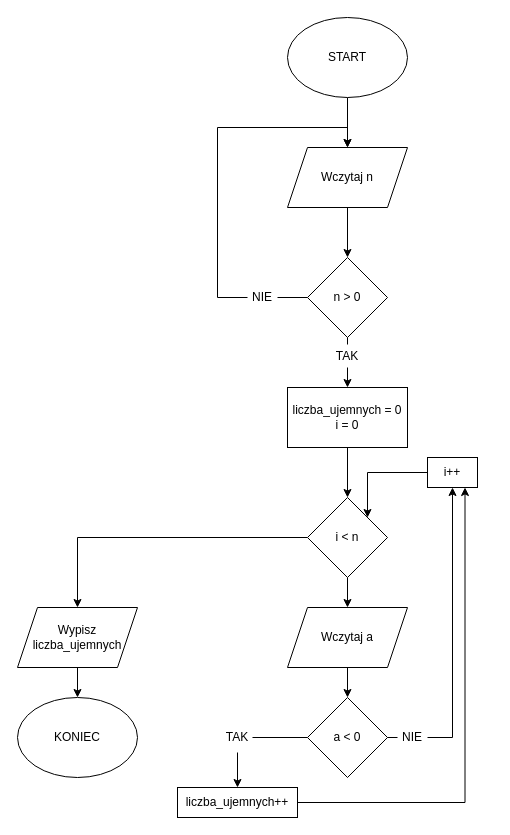
This is page "2" (2 of 5) of aisd/lab1.drawio.xml from xparadoxical/wsiz, a draw.io file, before an edit. Source tidied: cells renumbered, new cells numbered last; positions are measured from the earlier drawing's top-left corner, leaving out a move shared by most shapes. Both pictures are drawn from the tidied source at 100%, with x=0, y=0 at pixel (17, 17).
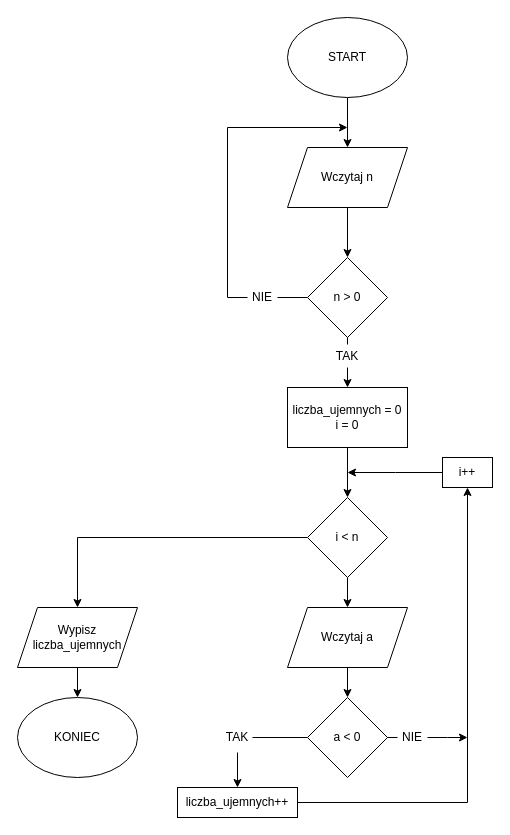
After the change.

The change refers to these unchanged cells:
```xml
<mxCell id="8" value="Wczytaj n" style="shape=parallelogram;perimeter=parallelogramPerimeter;whiteSpace=wrap;html=1;fixedSize=1;" parent="1" vertex="1">
  <mxGeometry x="270" y="130" width="120" height="60" as="geometry" />
</mxCell>
<mxCell id="10" value="NIE" style="text;html=1;strokeColor=none;fillColor=none;align=center;verticalAlign=middle;whiteSpace=wrap;rounded=0;" parent="1" vertex="1">
  <mxGeometry x="230" y="265" width="30" height="30" as="geometry" />
</mxCell>
<mxCell id="15" value="i &amp;lt; n" style="rhombus;whiteSpace=wrap;html=1;" parent="1" vertex="1">
  <mxGeometry x="290" y="480" width="80" height="80" as="geometry" />
</mxCell>
<mxCell id="26" value="liczba_ujemnych++" style="rounded=0;whiteSpace=wrap;html=1;" parent="1" vertex="1">
  <mxGeometry x="160" y="770" width="120" height="30" as="geometry" />
</mxCell>
<mxCell id="30" value="NIE" style="text;html=1;strokeColor=none;fillColor=none;align=center;verticalAlign=middle;whiteSpace=wrap;rounded=0;" parent="1" vertex="1">
  <mxGeometry x="380" y="705" width="30" height="30" as="geometry" />
</mxCell>
```

What changed in the source:
```diff
@@
-    <mxCell id="4" style="edgeStyle=orthogonalEdgeStyle;rounded=0;jettySize=auto;html=1;exitX=0;exitY=0.5;exitDx=0;exitDy=0;entryX=0.5;entryY=0;entryDx=0;entryDy=0;startArrow=none;" parent="1" edge="1" source="10" target="8">
+    <mxCell id="4" style="edgeStyle=orthogonalEdgeStyle;rounded=0;jettySize=auto;html=1;exitX=0;exitY=0.5;exitDx=0;exitDy=0;startArrow=none;" parent="1" edge="1" source="10">
       <mxGeometry relative="1" as="geometry">
+        <mxPoint x="330" y="110" as="targetPoint" />
         <Array as="points">
-          <mxPoint x="200" y="280" />
-          <mxPoint x="200" y="110" />
-          <mxPoint x="330" y="110" />
+          <mxPoint x="210" y="280" />
+          <mxPoint x="210" y="110" />
         </Array>
       </mxGeometry>
     </mxCell>
@@
-    <mxCell id="16" style="edgeStyle=orthogonalEdgeStyle;rounded=0;jettySize=auto;html=1;exitX=0;exitY=0.5;exitDx=0;exitDy=0;entryX=1;entryY=0;entryDx=0;entryDy=0;" parent="1" edge="1" source="17" target="15">
-      <mxGeometry relative="1" as="geometry" />
+    <mxCell id="16" style="edgeStyle=orthogonalEdgeStyle;rounded=0;jettySize=auto;html=1;exitX=0;exitY=0.5;exitDx=0;exitDy=0;" parent="1" edge="1" source="17">
+      <mxGeometry relative="1" as="geometry">
+        <mxPoint x="330" y="455" as="targetPoint" />
+      </mxGeometry>
     </mxCell>
     <mxCell id="17" value="i++" style="rounded=0;whiteSpace=wrap;html=1;" parent="1" vertex="1">
-      <mxGeometry x="410" y="440" width="50" height="30" as="geometry" />
+      <mxGeometry x="425" y="440" width="50" height="30" as="geometry" />
     </mxCell>
@@
-    <mxCell id="23" style="edgeStyle=orthogonalEdgeStyle;rounded=0;jettySize=auto;html=1;exitX=1;exitY=0.5;exitDx=0;exitDy=0;entryX=0.5;entryY=1;entryDx=0;entryDy=0;startArrow=none;" parent="1" edge="1" source="30" target="17">
-      <mxGeometry relative="1" as="geometry" />
+    <mxCell id="23" style="edgeStyle=orthogonalEdgeStyle;rounded=0;jettySize=auto;html=1;exitX=1;exitY=0.5;exitDx=0;exitDy=0;startArrow=none;" parent="1" edge="1" source="30">
+      <mxGeometry relative="1" as="geometry">
+        <mxPoint x="450" y="720" as="targetPoint" />
+      </mxGeometry>
     </mxCell>
@@
-    <mxCell id="25" style="edgeStyle=orthogonalEdgeStyle;rounded=0;jettySize=auto;html=1;exitX=1;exitY=0.5;exitDx=0;exitDy=0;entryX=0.75;entryY=1;entryDx=0;entryDy=0;" parent="1" edge="1" source="26" target="17">
+    <mxCell id="25" style="edgeStyle=orthogonalEdgeStyle;rounded=0;jettySize=auto;html=1;exitX=1;exitY=0.5;exitDx=0;exitDy=0;entryX=0.5;entryY=1;entryDx=0;entryDy=0;" parent="1" edge="1" source="26" target="17">
       <mxGeometry relative="1" as="geometry">
         <Array as="points">
-          <mxPoint x="448" y="785" />
+          <mxPoint x="450" y="785" />
+          <mxPoint x="450" y="470" />
         </Array>
       </mxGeometry>
     </mxCell>
```
